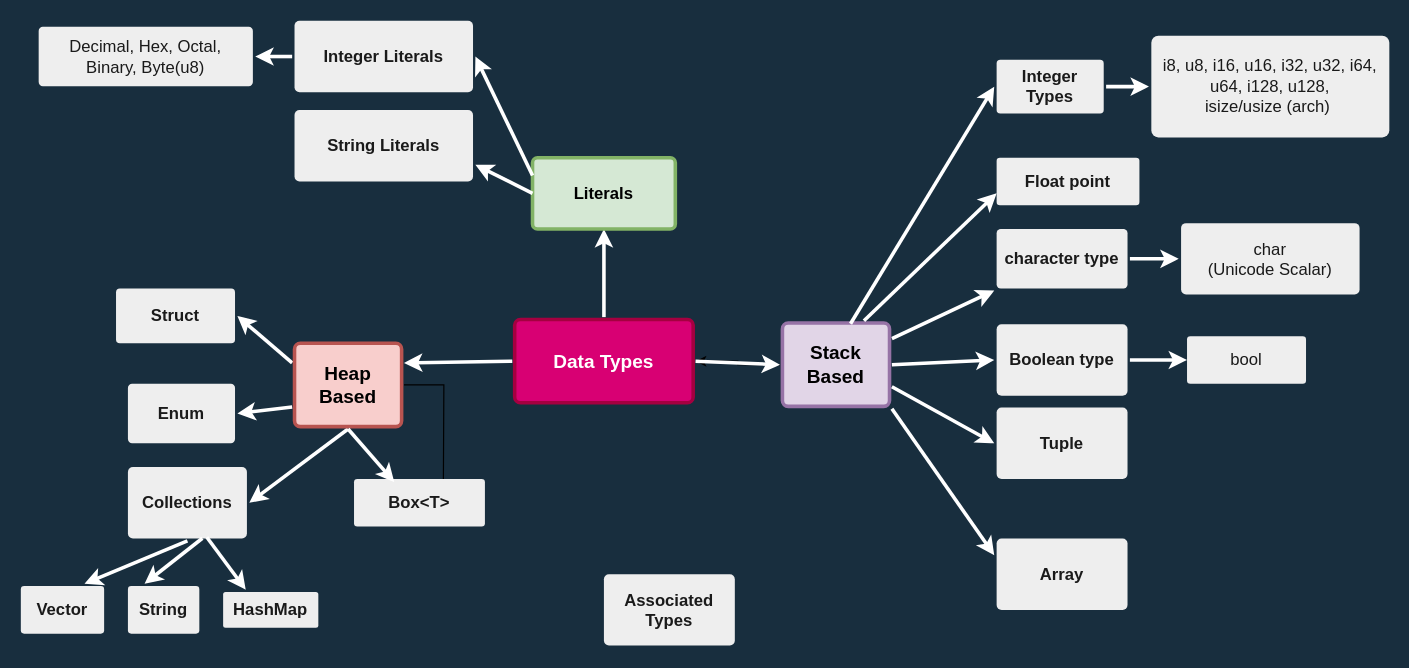
Before: page "Data Types" (1 of 3) of datatypes.drawio in gftea/rust_lang_notes, a draw.io diagram. Source tidied: cells renumbered, new cells numbered last; positions are measured from the earlier drawing's top-left corner, leaving out a move shared by most shapes. Both pictures are drawn from the tidied source at 119%, with x=0, y=0 at pixel (20, 20).
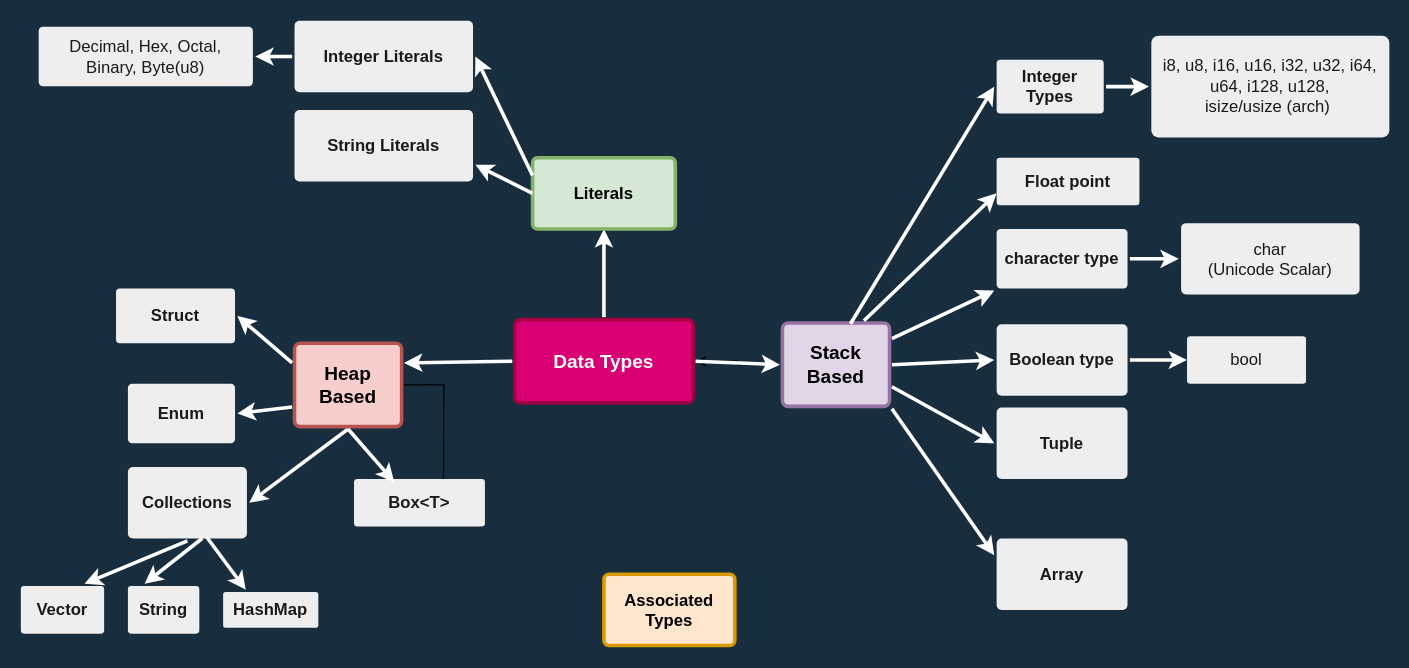
The same page after the edit.

What changed in the source:
```diff
@@
-    <mxCell id="49" value="Associated Types" style="rounded=1;whiteSpace=wrap;html=1;shadow=0;labelBackgroundColor=none;strokeColor=none;strokeWidth=3;fillColor=#EEEEEE;fontFamily=Helvetica;fontSize=14;fontColor=#1A1A1A;align=center;spacing=5;fontStyle=1;arcSize=7;perimeterSpacing=2;" parent="1" vertex="1">
+    <mxCell id="49" value="Associated Types" style="rounded=1;whiteSpace=wrap;html=1;shadow=0;labelBackgroundColor=none;strokeColor=#d79b00;strokeWidth=3;fillColor=#ffe6cc;fontFamily=Helvetica;fontSize=14;align=center;spacing=5;fontStyle=1;arcSize=7;perimeterSpacing=2;" parent="1" vertex="1">
       <mxGeometry x="490" y="465" width="110" height="60" as="geometry" />
     </mxCell>
```
